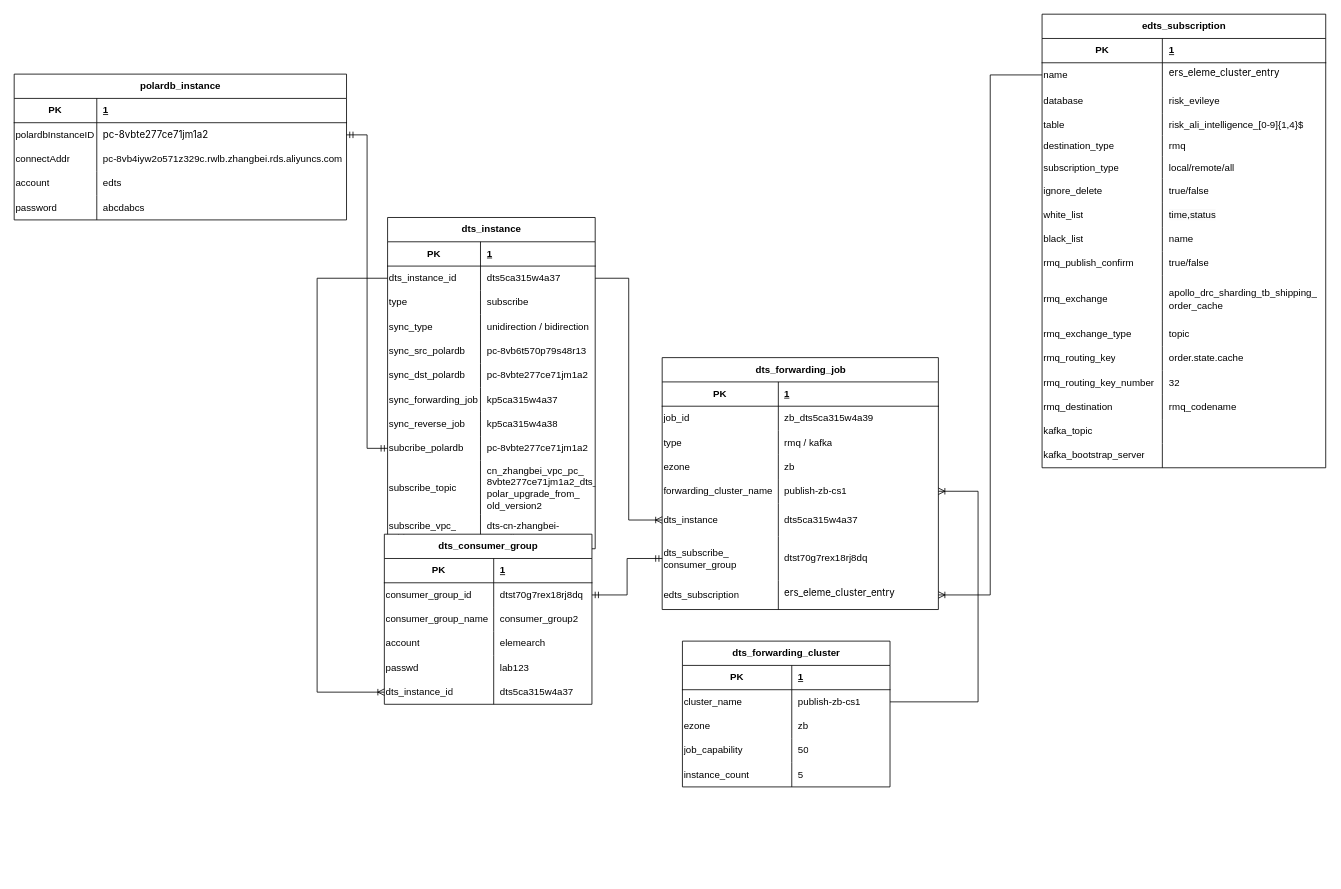
Earlier version of the draw.io diagram page "edts-database-asso" (8 of 9) of eleme/EDTS.drawio (zhangwm1987/mydraw_io). Source tidied: cells renumbered, new cells numbered last; positions are measured from the earlier drawing's top-left corner, leaving out a move shared by most shapes. Both pictures are drawn from the tidied source at 81%, with x=0, y=0 at pixel (14, 14).
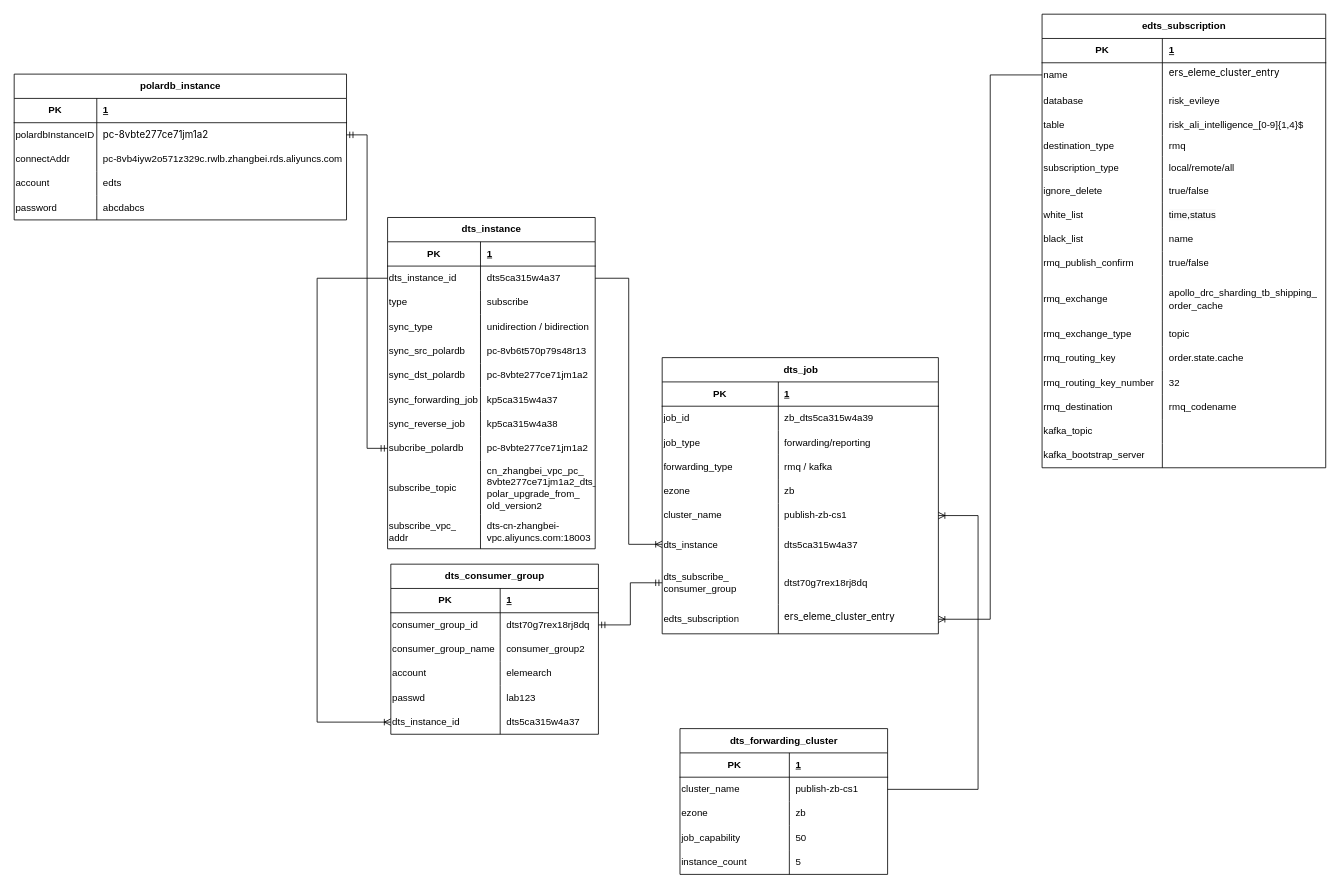
After the change.

The change refers to these unchanged cells:
```xml
<mxCell id="6" style="shape=tableRow;horizontal=0;startSize=0;swimlaneHead=0;swimlaneBody=0;fillColor=none;points=[[0,0.5],[1,0.5]];portConstraint=eastwest;top=0;left=0;right=0;bottom=0;" parent="2" vertex="1">
  <mxGeometry y="60" width="256.3" height="30" as="geometry" />
</mxCell>
<mxCell id="47" style="shape=tableRow;horizontal=0;startSize=0;swimlaneHead=0;swimlaneBody=0;fillColor=none;points=[[0,0.5],[1,0.5]];portConstraint=eastwest;top=0;left=0;right=0;bottom=0;" parent="43" vertex="1">
  <mxGeometry y="60" width="256.3" height="30" as="geometry" />
</mxCell>
<mxCell id="93" style="shape=tableRow;horizontal=0;startSize=0;swimlaneHead=0;swimlaneBody=0;fillColor=none;points=[[0,0.5],[1,0.5]];portConstraint=eastwest;top=0;left=0;right=0;bottom=0;" parent="77" vertex="1">
  <mxGeometry y="180" width="256.3" height="30" as="geometry" />
</mxCell>
```

The edit, as a diff of the source:
```diff
@@
     <mxCell id="2" value="dts_forwarding_cluster" style="shape=table;startSize=30;childLayout=tableLayout;rowLines=0;fontStyle=1;align=center;html=1;" parent="1" vertex="1">
-      <mxGeometry x="825" y="774" width="256.3" height="180" as="geometry" />
+      <mxGeometry x="822" y="882" width="256.3" height="180" as="geometry" />
     </mxCell>
@@
-    <mxCell id="18" value="dts_forwarding_job" style="shape=table;startSize=30;childLayout=tableLayout;rowLines=0;fontStyle=1;align=center;html=1;" parent="1" vertex="1">
-      <mxGeometry x="800" y="424" width="341" height="311" as="geometry" />
+    <mxCell id="18" value="dts_job" style="shape=table;startSize=30;childLayout=tableLayout;rowLines=0;fontStyle=1;align=center;html=1;" parent="1" vertex="1">
+      <mxGeometry x="800" y="424" width="341" height="341" as="geometry" />
     </mxCell>
@@
+    <mxCell id="170" style="shape=tableRow;horizontal=0;startSize=0;swimlaneHead=0;swimlaneBody=0;fillColor=none;top=0;left=0;right=0;bottom=0;" parent="18" vertex="1">
+      <mxGeometry y="90" width="341" height="30" as="geometry" />
+    </mxCell>
+    <mxCell id="171" value="job_type" style="shape=partialRectangle;fillColor=none;top=0;left=0;bottom=0;right=0;overflow=hidden;whiteSpace=wrap;html=1;align=left;" parent="170" vertex="1">
+      <mxGeometry width="143.4" height="30" as="geometry" />
+    </mxCell>
+    <mxCell id="172" value="forwarding/reporting" style="shape=partialRectangle;fillColor=none;top=0;left=0;bottom=0;right=0;align=left;spacingLeft=6;overflow=hidden;whiteSpace=wrap;html=1;" parent="170" vertex="1">
+      <mxGeometry x="143.4" width="197.6" height="30" as="geometry" />
+    </mxCell>
     <mxCell id="25" style="shape=tableRow;horizontal=0;startSize=0;swimlaneHead=0;swimlaneBody=0;fillColor=none;top=0;left=0;right=0;bottom=0;" parent="18" vertex="1">
-      <mxGeometry y="90" width="341" height="30" as="geometry" />
+      <mxGeometry y="120" width="341" height="30" as="geometry" />
     </mxCell>
-    <mxCell id="26" value="type" style="shape=partialRectangle;fillColor=none;top=0;left=0;bottom=0;right=0;overflow=hidden;whiteSpace=wrap;html=1;align=left;" parent="25" vertex="1">
+    <mxCell id="26" value="forwarding_type" style="shape=partialRectangle;fillColor=none;top=0;left=0;bottom=0;right=0;overflow=hidden;whiteSpace=wrap;html=1;align=left;" parent="25" vertex="1">
       <mxGeometry width="143.4" height="30" as="geometry" />
     </mxCell>
@@
     <mxCell id="28" style="shape=tableRow;horizontal=0;startSize=0;swimlaneHead=0;swimlaneBody=0;fillColor=none;top=0;left=0;right=0;bottom=0;" parent="18" vertex="1">
-      <mxGeometry y="120" width="341" height="30" as="geometry" />
+      <mxGeometry y="150" width="341" height="30" as="geometry" />
     </mxCell>
@@
     <mxCell id="31" style="shape=tableRow;horizontal=0;startSize=0;swimlaneHead=0;swimlaneBody=0;fillColor=none;points=[[0,0.5],[1,0.5]];portConstraint=eastwest;top=0;left=0;right=0;bottom=0;" parent="18" vertex="1">
-      <mxGeometry y="150" width="341" height="30" as="geometry" />
+      <mxGeometry y="180" width="341" height="30" as="geometry" />
     </mxCell>
-    <mxCell id="32" value="forwarding_cluster_name" style="shape=partialRectangle;fillColor=none;top=0;left=0;bottom=0;right=0;overflow=hidden;whiteSpace=wrap;html=1;align=left;" parent="31" vertex="1">
+    <mxCell id="32" value="cluster_name" style="shape=partialRectangle;fillColor=none;top=0;left=0;bottom=0;right=0;overflow=hidden;whiteSpace=wrap;html=1;align=left;" parent="31" vertex="1">
       <mxGeometry width="143.4" height="30" as="geometry" />
     </mxCell>
@@
     <mxCell id="34" style="shape=tableRow;horizontal=0;startSize=0;swimlaneHead=0;swimlaneBody=0;fillColor=none;points=[[0,0.5],[1,0.5]];portConstraint=eastwest;top=0;left=0;right=0;bottom=0;" parent="18" vertex="1">
-      <mxGeometry y="180" width="341" height="41" as="geometry" />
+      <mxGeometry y="210" width="341" height="41" as="geometry" />
     </mxCell>
@@
     <mxCell id="37" style="shape=tableRow;horizontal=0;startSize=0;swimlaneHead=0;swimlaneBody=0;fillColor=none;points=[[0,0.5],[1,0.5]];portConstraint=eastwest;top=0;left=0;right=0;bottom=0;" parent="18" vertex="1">
-      <mxGeometry y="221" width="341" height="54" as="geometry" />
+      <mxGeometry y="251" width="341" height="54" as="geometry" />
     </mxCell>
@@
     <mxCell id="40" style="shape=tableRow;horizontal=0;startSize=0;swimlaneHead=0;swimlaneBody=0;fillColor=none;points=[[0,0.5],[1,0.5]];portConstraint=eastwest;top=0;left=0;right=0;bottom=0;" parent="18" vertex="1">
-      <mxGeometry y="275" width="341" height="36" as="geometry" />
+      <mxGeometry y="305" width="341" height="36" as="geometry" />
     </mxCell>
@@
     <mxCell id="77" value="dts_consumer_group" style="shape=table;startSize=30;childLayout=tableLayout;rowLines=0;fontStyle=1;align=center;html=1;" parent="1" vertex="1">
-      <mxGeometry x="457" y="642" width="256.3" height="210" as="geometry" />
+      <mxGeometry x="465" y="679" width="256.3" height="210" as="geometry" />
     </mxCell>
@@
     <mxCell id="166" style="edgeStyle=orthogonalEdgeStyle;fontSize=12;html=1;endArrow=ERoneToMany;rounded=0;entryX=0;entryY=0.5;entryDx=0;entryDy=0;exitX=0;exitY=0.5;exitDx=0;exitDy=0;" parent="1" edge="1" source="47" target="93">
       <mxGeometry relative="1" as="geometry">
         <Array as="points">
           <mxPoint x="374" y="326" />
-          <mxPoint x="374" y="837" />
+          <mxPoint x="374" y="874" />
         </Array>
       </mxGeometry>
     </mxCell>
@@
     <mxCell id="168" style="edgeStyle=orthogonalEdgeStyle;fontSize=12;html=1;endArrow=ERoneToMany;rounded=0;entryX=1;entryY=0.5;entryDx=0;entryDy=0;exitX=1;exitY=0.5;exitDx=0;exitDy=0;" parent="1" edge="1" source="6" target="31">
       <mxGeometry relative="1" as="geometry">
         <Array as="points">
-          <mxPoint x="1190" y="849" />
-          <mxPoint x="1190" y="589" />
+          <mxPoint x="1190" y="957" />
+          <mxPoint x="1190" y="619" />
         </Array>
       </mxGeometry>
     </mxCell>
```
